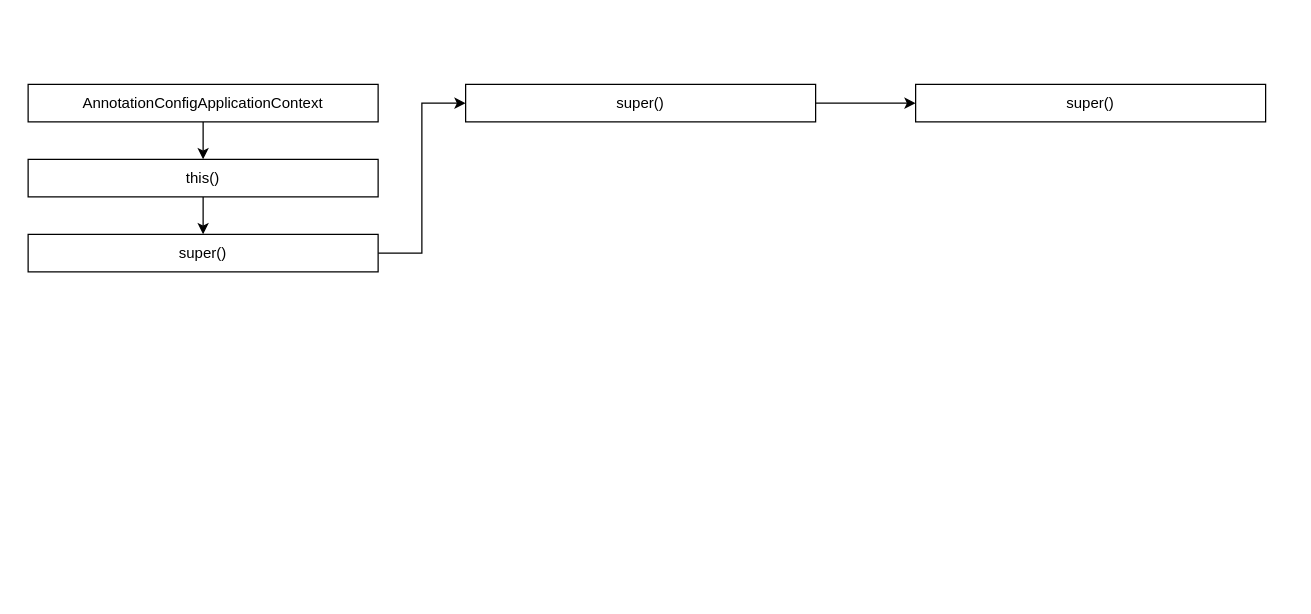
myliwenbo/Springboot keeps this draw.io diagram as spring-源码-ApplicationContext-1.drawio. Above is the earlier version. Source tidied: cells renumbered, new cells numbered last; positions are measured from the earlier drawing's top-left corner, leaving out a move shared by most shapes. Both pictures are drawn from the tidied source at 125%, with x=0, y=0 at pixel (28, 84).
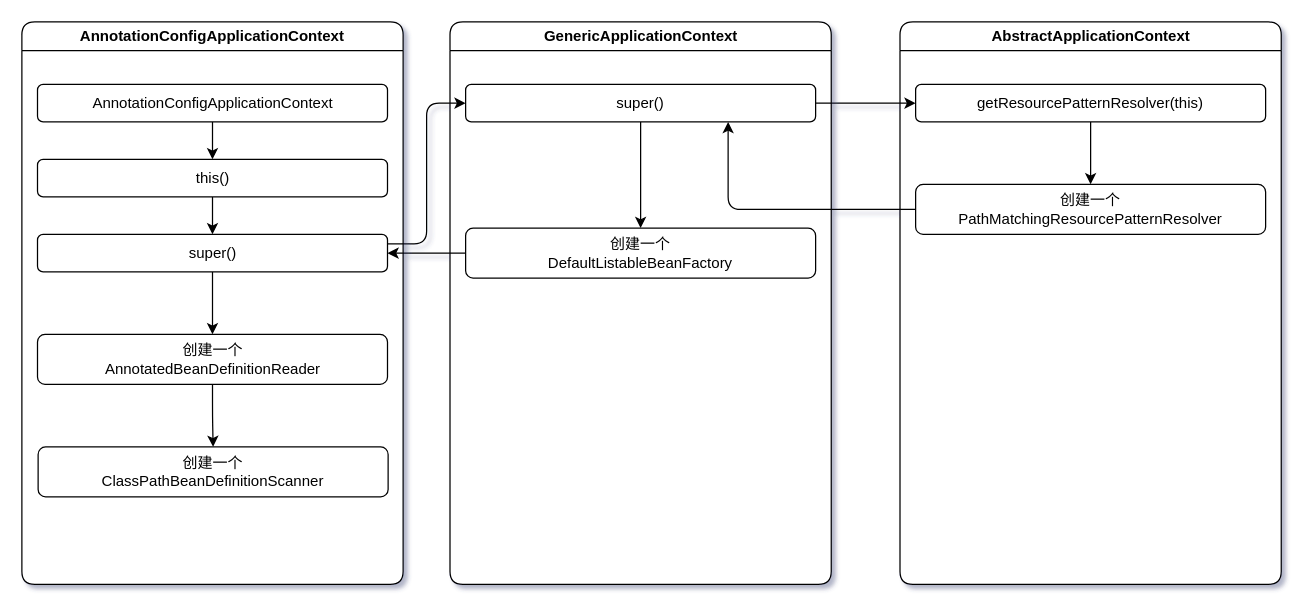
The same diagram, later.

What changed in the source:
```diff
@@
-<mxGraphModel>
+<mxGraphModel background="#ffffff" shadow="1">
@@
+    <mxCell id="11" value="AbstractApplicationContext" style="swimlane;whiteSpace=wrap;labelBackgroundColor=none;labelBorderColor=none;swimlaneFillColor=#FFFFFF;rounded=1;" parent="1" vertex="1">
+      <mxGeometry x="697.5" y="-50" width="305" height="450" as="geometry" />
+    </mxCell>
+    <mxCell id="12" value="创建一个&lt;br&gt;PathMatchingResourcePatternResolver" style="whiteSpace=wrap;html=1;rounded=1;" parent="11" vertex="1">
+      <mxGeometry x="12.5" y="130" width="280" height="40" as="geometry" />
+    </mxCell>
+    <mxCell id="13" value="GenericApplicationContext" style="swimlane;whiteSpace=wrap;labelBackgroundColor=none;labelBorderColor=none;swimlaneFillColor=#FFFFFF;rounded=1;" parent="1" vertex="1">
+      <mxGeometry x="337.5" y="-50" width="305" height="450" as="geometry" />
+    </mxCell>
+    <mxCell id="14" value="创建一个&lt;br&gt;DefaultListableBeanFactory" style="whiteSpace=wrap;html=1;rounded=1;" parent="13" vertex="1">
+      <mxGeometry x="12.5" y="165" width="280" height="40" as="geometry" />
+    </mxCell>
+    <mxCell id="15" value="AnnotationConfigApplicationContext" style="swimlane;whiteSpace=wrap;labelBackgroundColor=none;labelBorderColor=none;swimlaneFillColor=#FFFFFF;rounded=1;" parent="1" vertex="1">
+      <mxGeometry x="-5" y="-50" width="305" height="450" as="geometry" />
+    </mxCell>
+    <mxCell id="16" style="edgeStyle=orthogonalEdgeStyle;jettySize=auto;html=1;" parent="15" edge="1" source="17" target="19">
+      <mxGeometry relative="1" as="geometry" />
+    </mxCell>
+    <mxCell id="17" value="创建一个&lt;br&gt;AnnotatedBeanDefinitionReader" style="whiteSpace=wrap;html=1;rounded=1;" parent="15" vertex="1">
+      <mxGeometry x="12.5" y="250" width="280" height="40" as="geometry" />
+    </mxCell>
+    <mxCell id="18" style="edgeStyle=orthogonalEdgeStyle;jettySize=auto;html=1;" parent="15" edge="1" source="7" target="17">
+      <mxGeometry relative="1" as="geometry" />
+    </mxCell>
+    <mxCell id="7" value="super()" style="whiteSpace=wrap;html=1;rounded=1;" parent="15" vertex="1">
+      <mxGeometry x="12.5" y="170" width="280" height="30" as="geometry" />
+    </mxCell>
+    <mxCell id="5" value="this()" style="whiteSpace=wrap;html=1;rounded=1;" parent="15" vertex="1">
+      <mxGeometry x="12.5" y="110" width="280" height="30" as="geometry" />
+    </mxCell>
+    <mxCell id="4" style="edgeStyle=orthogonalEdgeStyle;jettySize=auto;html=1;" parent="15" edge="1" source="5" target="7">
+      <mxGeometry relative="1" as="geometry" />
+    </mxCell>
+    <mxCell id="3" value="AnnotationConfigApplicationContext" style="whiteSpace=wrap;html=1;rounded=1;" parent="15" vertex="1">
+      <mxGeometry x="12.5" y="50" width="280" height="30" as="geometry" />
+    </mxCell>
-    <mxCell id="2" style="edgeStyle=orthogonalEdgeStyle;rounded=0;jettySize=auto;html=1;" parent="1" edge="1" source="3" target="5">
+    <mxCell id="2" style="edgeStyle=orthogonalEdgeStyle;jettySize=auto;html=1;" parent="15" edge="1" source="3" target="5">
       <mxGeometry relative="1" as="geometry" />
     </mxCell>
-    <mxCell id="3" value="AnnotationConfigApplicationContext" style="rounded=0;whiteSpace=wrap;html=1;" parent="1" vertex="1">
-      <mxGeometry width="280" height="30" as="geometry" />
-    </mxCell>
-    <mxCell id="4" style="edgeStyle=orthogonalEdgeStyle;rounded=0;jettySize=auto;html=1;" parent="1" edge="1" source="5" target="7">
-      <mxGeometry relative="1" as="geometry" />
-    </mxCell>
-    <mxCell id="5" value="this()" style="rounded=0;whiteSpace=wrap;html=1;" parent="1" vertex="1">
-      <mxGeometry y="60" width="280" height="30" as="geometry" />
-    </mxCell>
+    <mxCell id="19" value="创建一个&lt;br&gt;ClassPathBeanDefinitionScanner" style="whiteSpace=wrap;html=1;rounded=1;" parent="15" vertex="1">
+      <mxGeometry x="13" y="340" width="280" height="40" as="geometry" />
+    </mxCell>
-    <mxCell id="6" style="edgeStyle=orthogonalEdgeStyle;rounded=0;jettySize=auto;html=1;entryX=0;entryY=0.5;entryDx=0;entryDy=0;" parent="1" edge="1" source="7" target="9">
+    <mxCell id="6" style="edgeStyle=orthogonalEdgeStyle;jettySize=auto;html=1;entryX=0;entryY=0.5;entryDx=0;entryDy=0;exitX=1;exitY=0.25;exitDx=0;exitDy=0;" parent="1" edge="1" source="7" target="9">
       <mxGeometry relative="1" as="geometry" />
     </mxCell>
-    <mxCell id="7" value="super()" style="rounded=0;whiteSpace=wrap;html=1;" parent="1" vertex="1">
-      <mxGeometry y="120" width="280" height="30" as="geometry" />
-    </mxCell>
-    <mxCell id="8" style="edgeStyle=orthogonalEdgeStyle;rounded=0;jettySize=auto;html=1;" parent="1" edge="1" source="9" target="10">
+    <mxCell id="8" style="edgeStyle=orthogonalEdgeStyle;jettySize=auto;html=1;" parent="1" edge="1" source="9" target="10">
       <mxGeometry relative="1" as="geometry" />
     </mxCell>
+    <mxCell id="20" style="edgeStyle=orthogonalEdgeStyle;jettySize=auto;html=1;" parent="1" edge="1" source="9" target="14">
+      <mxGeometry relative="1" as="geometry" />
+    </mxCell>
-    <mxCell id="9" value="super()" style="rounded=0;whiteSpace=wrap;html=1;" parent="1" vertex="1">
+    <mxCell id="9" value="super()" style="whiteSpace=wrap;html=1;rounded=1;" parent="1" vertex="1">
       <mxGeometry x="350" width="280" height="30" as="geometry" />
     </mxCell>
+    <mxCell id="21" style="edgeStyle=orthogonalEdgeStyle;jettySize=auto;html=1;" parent="1" edge="1" source="10" target="12">
+      <mxGeometry relative="1" as="geometry" />
+    </mxCell>
-    <mxCell id="10" value="super()" style="rounded=0;whiteSpace=wrap;html=1;" parent="1" vertex="1">
+    <mxCell id="10" value="getResourcePatternResolver(this)" style="whiteSpace=wrap;html=1;rounded=1;" parent="1" vertex="1">
       <mxGeometry x="710" width="280" height="30" as="geometry" />
     </mxCell>
+    <mxCell id="22" style="edgeStyle=orthogonalEdgeStyle;jettySize=auto;html=1;entryX=0.75;entryY=1;entryDx=0;entryDy=0;" parent="1" edge="1" source="12" target="9">
+      <mxGeometry relative="1" as="geometry" />
+    </mxCell>
+    <mxCell id="23" style="edgeStyle=orthogonalEdgeStyle;jettySize=auto;html=1;entryX=1;entryY=0.5;entryDx=0;entryDy=0;" parent="1" edge="1" source="14" target="7">
+      <mxGeometry relative="1" as="geometry" />
+    </mxCell>
```
